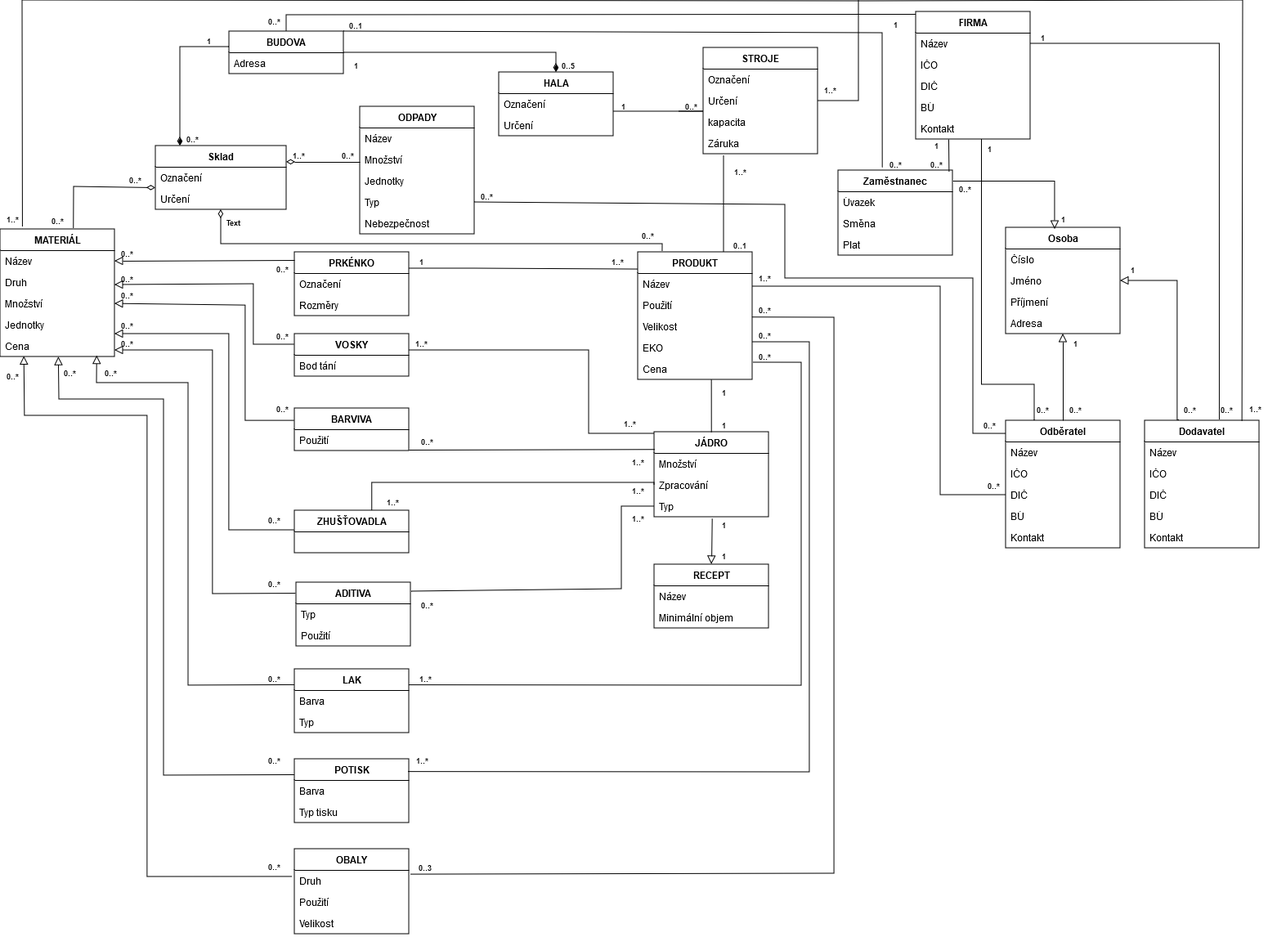
Earlier version of the draw.io export Kosmeticka_tuzka.drawio.png (KarelMasa/pg). Source tidied: cells renumbered, new cells last; positions are measured from the earlier drawing's top-left corner, leaving out a move shared by most shapes.
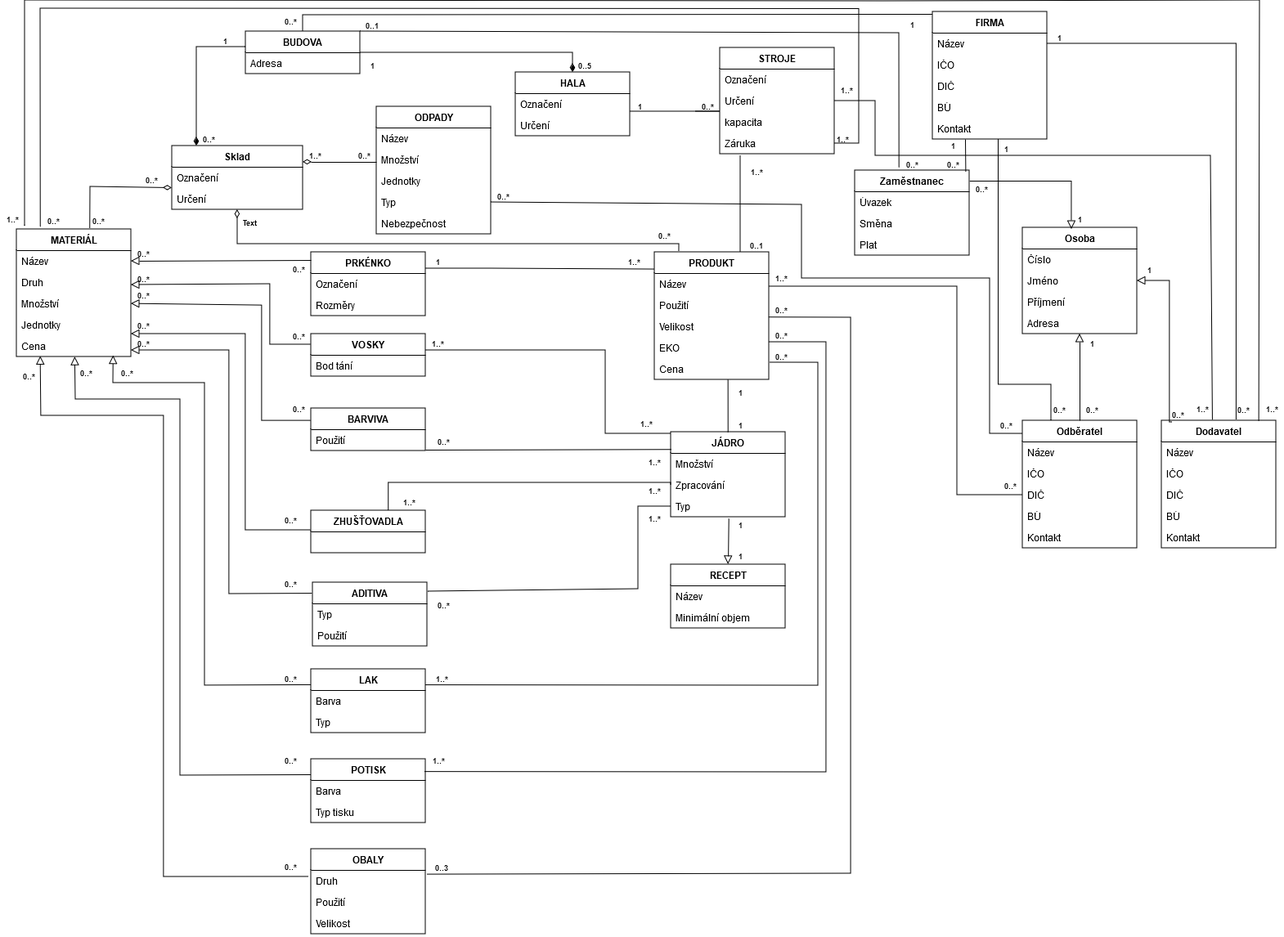
The same diagram one commit later.

What changed in the source:
```diff
@@ -381,7 +381,7 @@
       <mxGeometry x="320" y="918" width="30" height="20" as="geometry" />
     </mxCell>
     <mxCell id="101" value="0..*" style="text;html=1;align=center;verticalAlign=bottom;whiteSpace=wrap;rounded=0;fontSize=9;fontStyle=1;" parent="1" vertex="1">
-      <mxGeometry x="55" y="258" width="30" height="20" as="geometry" />
+      <mxGeometry x="30" y="258" width="30" height="20" as="geometry" />
     </mxCell>
     <mxCell id="102" value="0..*" style="text;html=1;align=center;verticalAlign=bottom;whiteSpace=wrap;rounded=0;fontSize=9;fontStyle=1;" parent="1" vertex="1">
       <mxGeometry x="120" y="444" width="30" height="20" as="geometry" />
@@ -632,7 +632,7 @@
       <mxGeometry x="1300" y="488" width="30" height="20" as="geometry" />
     </mxCell>
     <mxCell id="169" value="0..*" style="text;html=1;align=center;verticalAlign=bottom;whiteSpace=wrap;rounded=0;fontSize=9;fontStyle=1;spacing=1;" parent="1" vertex="1">
-      <mxGeometry x="1440" y="488" width="30" height="20" as="geometry" />
+      <mxGeometry x="1410" y="494" width="20" height="20" as="geometry" />
     </mxCell>
     <mxCell id="170" style="endArrow=none;startArrow=none;endFill=0;startFill=0;endSize=8;html=1;verticalAlign=bottom;labelBackgroundColor=none;strokeWidth=1;rounded=0;entryX=0.387;entryY=-0.03;entryDx=0;entryDy=0;entryPerimeter=0;exitX=1;exitY=0;exitDx=0;exitDy=0;" parent="1" edge="1" source="17" target="146">
       <mxGeometry relative="1" as="geometry">
@@ -665,17 +665,17 @@
     <mxCell id="176" value="0..*" style="text;html=1;align=center;verticalAlign=bottom;whiteSpace=wrap;rounded=0;fontSize=9;fontStyle=1;" parent="1" vertex="1">
       <mxGeometry x="1200" y="582" width="30" height="20" as="geometry" />
     </mxCell>
-    <mxCell id="177" style="endArrow=none;startArrow=none;endFill=0;startFill=0;endSize=8;html=1;verticalAlign=bottom;labelBackgroundColor=none;strokeWidth=1;rounded=0;entryX=0.851;entryY=0.009;entryDx=0;entryDy=0;entryPerimeter=0;exitX=0.196;exitY=-0.021;exitDx=0;exitDy=0;exitPerimeter=0;" parent="1" edge="1" source="24" target="157">
+    <mxCell id="177" style="endArrow=none;startArrow=none;endFill=0;startFill=0;endSize=8;html=1;verticalAlign=bottom;labelBackgroundColor=none;strokeWidth=1;rounded=0;entryX=0.851;entryY=0.009;entryDx=0;entryDy=0;entryPerimeter=0;exitX=1;exitY=1;exitDx=0;exitDy=0;" parent="1" edge="1" source="178" target="157">
       <mxGeometry relative="1" as="geometry">
         <Array as="points">
-          <mxPoint x="27" />
+          <mxPoint x="10" />
           <mxPoint x="1059" y="1" />
           <mxPoint x="1520" />
         </Array>
       </mxGeometry>
     </mxCell>
     <mxCell id="178" value="1..*" style="text;html=1;align=center;verticalAlign=bottom;whiteSpace=wrap;rounded=0;fontSize=9;fontStyle=1;" parent="1" vertex="1">
-      <mxGeometry y="256" width="30" height="20" as="geometry" />
+      <mxGeometry x="-20" y="256" width="30" height="20" as="geometry" />
     </mxCell>
     <mxCell id="179" value="1..*" style="text;html=1;align=center;verticalAlign=bottom;whiteSpace=wrap;rounded=0;fontSize=9;fontStyle=1;" parent="1" vertex="1">
       <mxGeometry x="1520" y="488" width="30" height="20" as="geometry" />
@@ -693,11 +693,12 @@
     <mxCell id="181" value="0..*" style="text;html=1;align=center;verticalAlign=bottom;whiteSpace=wrap;rounded=0;fontSize=9;fontStyle=1;" parent="1" vertex="1">
       <mxGeometry x="580" y="228" width="30" height="20" as="geometry" />
     </mxCell>
-    <mxCell id="182" style="endArrow=none;startArrow=none;endFill=0;startFill=0;endSize=8;html=1;verticalAlign=bottom;labelBackgroundColor=none;strokeWidth=1;rounded=0;exitX=1;exitY=0.5;exitDx=0;exitDy=0;" parent="1" edge="1" source="21">
+    <mxCell id="182" style="endArrow=none;startArrow=none;endFill=0;startFill=0;endSize=8;html=1;verticalAlign=bottom;labelBackgroundColor=none;strokeWidth=1;rounded=0;exitX=1;exitY=0.5;exitDx=0;exitDy=0;entryX=0.446;entryY=-0.004;entryDx=0;entryDy=0;entryPerimeter=0;" parent="1" edge="1" source="21" target="157">
       <mxGeometry relative="1" as="geometry">
-        <mxPoint x="1050" as="targetPoint" />
         <Array as="points">
           <mxPoint x="1050" y="123" />
+          <mxPoint x="1050" y="190" />
+          <mxPoint x="1460" y="190" />
         </Array>
       </mxGeometry>
     </mxCell>
@@ -712,10 +713,10 @@
         </Array>
       </mxGeometry>
     </mxCell>
-    <mxCell id="185" style="endArrow=block;html=1;rounded=0;align=center;verticalAlign=bottom;endFill=0;labelBackgroundColor=none;endSize=8;exitX=0.298;exitY=-0.004;exitDx=0;exitDy=0;exitPerimeter=0;edgeStyle=elbowEdgeStyle;" parent="1" edge="1" source="157" target="141">
+    <mxCell id="185" style="endArrow=block;html=1;rounded=0;align=center;verticalAlign=bottom;endFill=0;labelBackgroundColor=none;endSize=8;exitX=0.091;exitY=0.013;exitDx=0;exitDy=0;exitPerimeter=0;edgeStyle=elbowEdgeStyle;" parent="1" edge="1" source="157" target="141">
       <mxGeometry relative="1" as="geometry">
         <Array as="points">
-          <mxPoint x="1440" y="410" />
+          <mxPoint x="1410" y="430" />
         </Array>
       </mxGeometry>
     </mxCell>
@@ -764,5 +765,23 @@
     <mxCell id="198" value="1..*" style="text;html=1;align=center;verticalAlign=middle;whiteSpace=wrap;rounded=0;fontSize=9;fontStyle=1;" parent="1" vertex="1">
       <mxGeometry x="760" y="624" width="40" height="20" as="geometry" />
     </mxCell>
+    <mxCell id="199" value="&lt;div&gt;1..*&lt;/div&gt;" style="text;html=1;align=center;verticalAlign=bottom;whiteSpace=wrap;rounded=0;fontSize=9;fontStyle=1;" parent="1" vertex="1">
+      <mxGeometry x="1440" y="488" width="20" height="20" as="geometry" />
+    </mxCell>
+    <mxCell id="200" style="endArrow=none;startArrow=none;endFill=0;startFill=0;endSize=8;html=1;verticalAlign=bottom;labelBackgroundColor=none;strokeWidth=1;rounded=0;exitX=0.209;exitY=-0.016;exitDx=0;exitDy=0;entryX=1;entryY=0.5;entryDx=0;entryDy=0;exitPerimeter=0;" parent="1" edge="1" source="24" target="23">
+      <mxGeometry relative="1" as="geometry">
+        <Array as="points">
+          <mxPoint x="29" y="10" />
+          <mxPoint x="1030" y="10.5" />
+          <mxPoint x="1030" y="175" />
+        </Array>
+      </mxGeometry>
+    </mxCell>
+    <mxCell id="201" value="&lt;div&gt;1..*&lt;/div&gt;" style="text;html=1;align=center;verticalAlign=bottom;whiteSpace=wrap;rounded=0;fontSize=9;fontStyle=1;" parent="1" vertex="1">
+      <mxGeometry x="995" y="158" width="30" height="20" as="geometry" />
+    </mxCell>
+    <mxCell id="202" value="0..*" style="text;html=1;align=center;verticalAlign=bottom;whiteSpace=wrap;rounded=0;fontSize=9;fontStyle=1;" parent="1" vertex="1">
+      <mxGeometry x="85" y="258" width="30" height="20" as="geometry" />
+    </mxCell>
   </root>
 </mxGraphModel>
```
